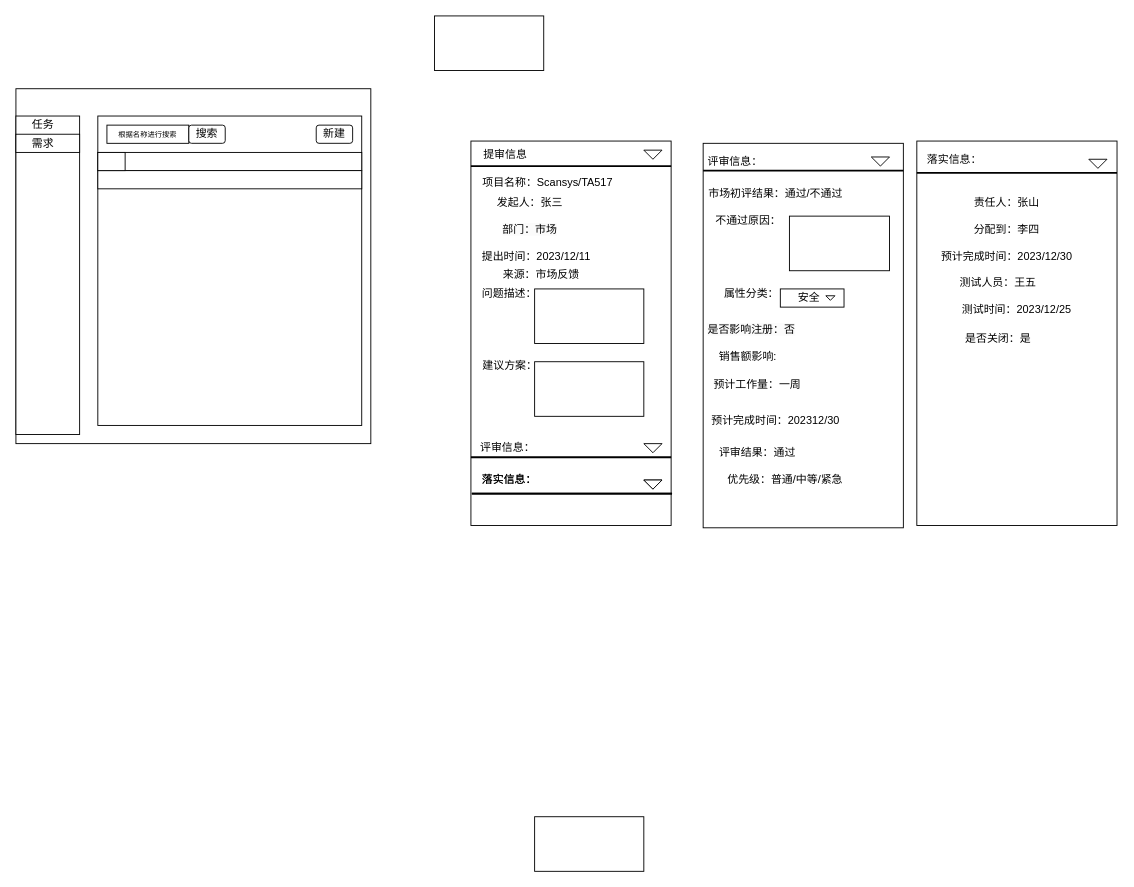
This is page "需求评审" (1 of 2) of 未命名绘图.drawio from Lv-Rain/Test, a draw.io file, before an edit. Source tidied: cells renumbered, new cells numbered last; positions are measured from the earlier drawing's top-left corner, leaving out a move shared by most shapes. Both pictures are drawn from the tidied source at 91%, with x=0, y=0 at pixel (15, 15).
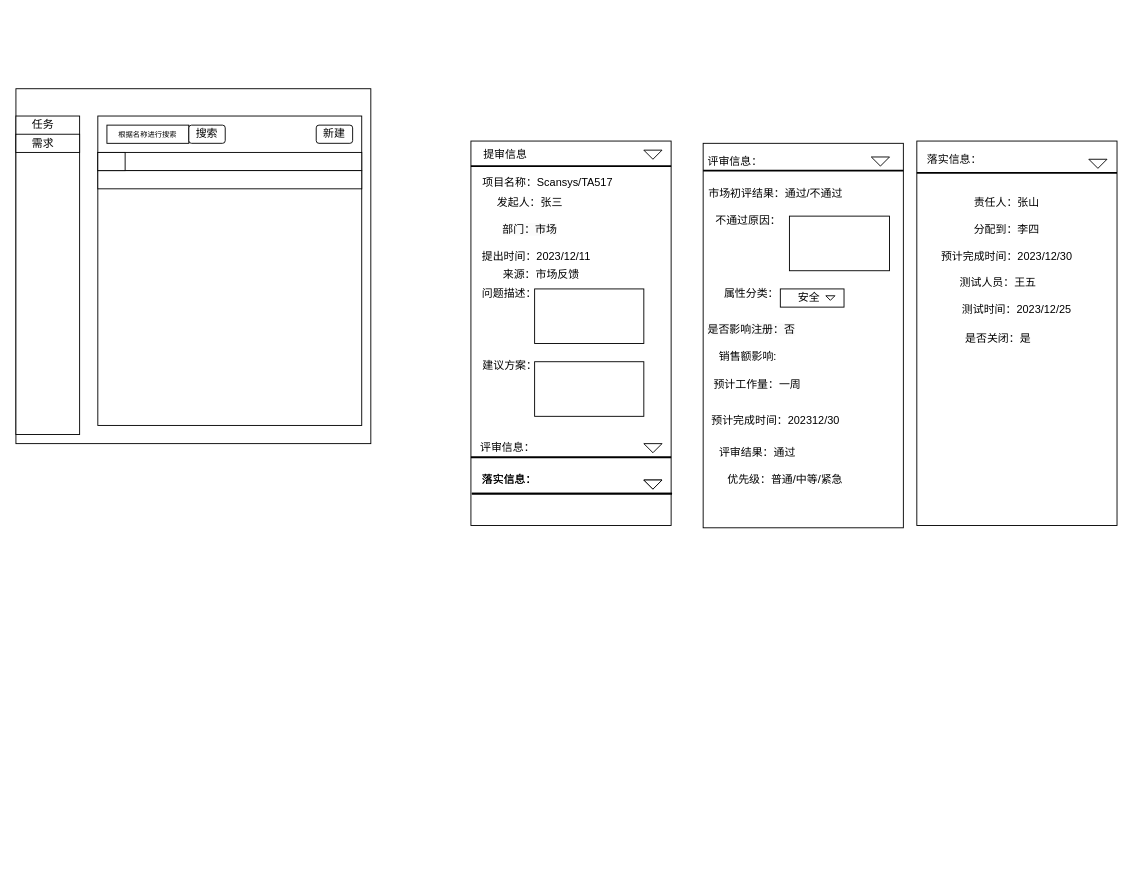
The same diagram, later.

The edit, as a diff of the source:
```diff
@@
-    <mxCell id="17" style="rounded=0;whiteSpace=wrap;html=1;" parent="1" vertex="1">
-      <mxGeometry x="460" width="120" height="60" as="geometry" />
-    </mxCell>
@@
-    <mxCell id="34" style="rounded=0;whiteSpace=wrap;html=1;" parent="1" vertex="1">
-      <mxGeometry x="570" y="880" width="120" height="60" as="geometry" />
-    </mxCell>
```
